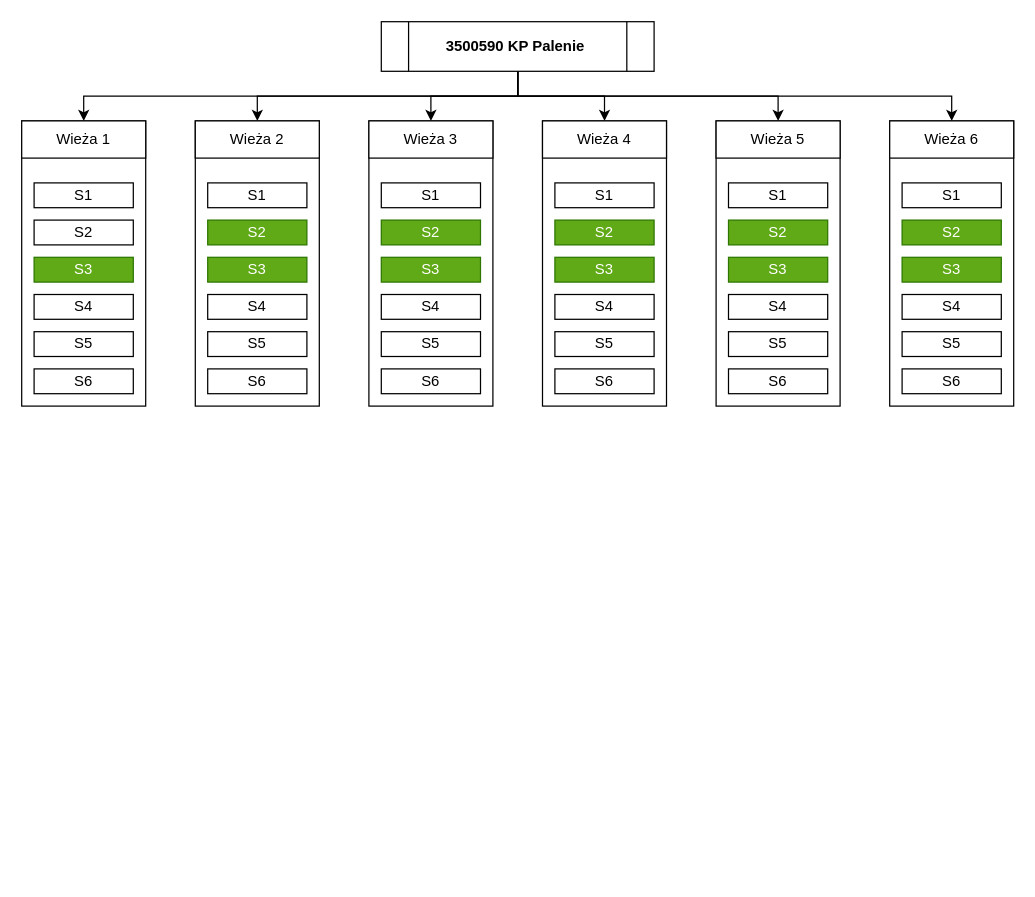
Earlier version of the draw.io diagram Diagram bez tytułu.drawio (goth1x/Baltic-Operator). Source tidied: cells renumbered, new cells numbered last; positions are measured from the earlier drawing's top-left corner, leaving out a move shared by most shapes. Both pictures are drawn from the tidied source at 124%, with x=0, y=0 at pixel (21, 21).
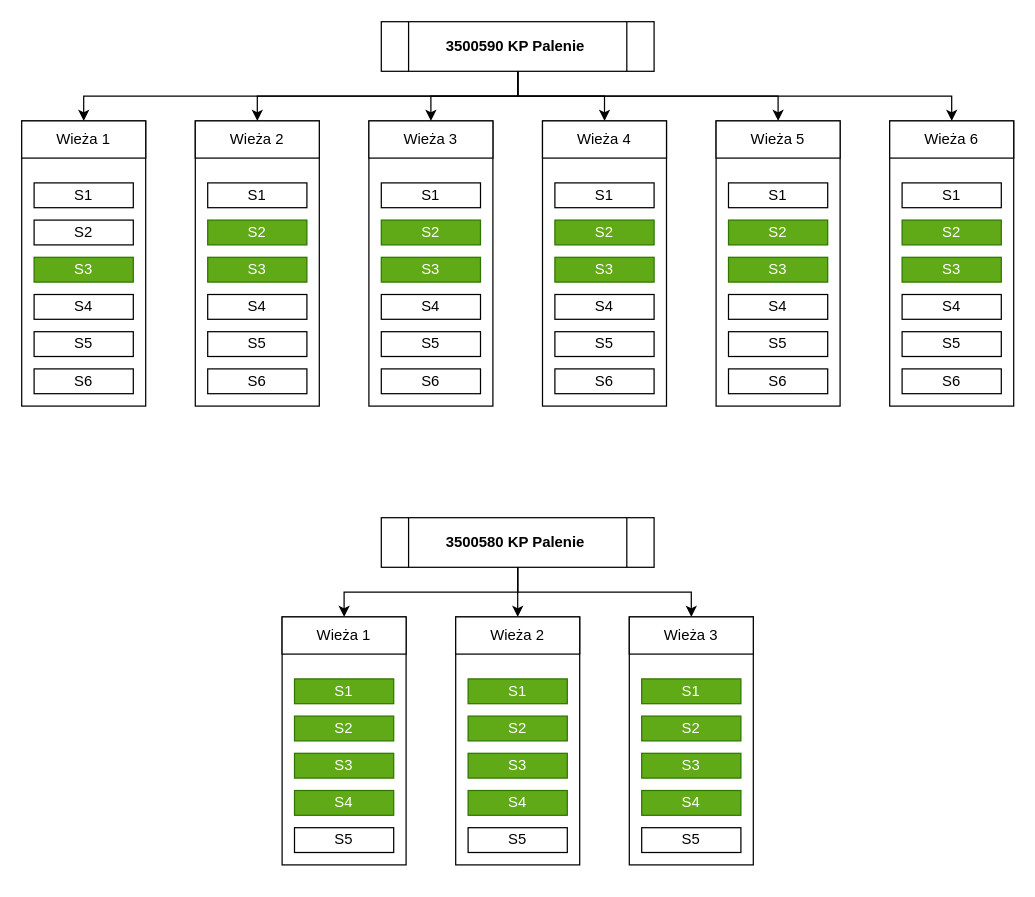
The same diagram, later.

Change to the diagram source:
```diff
@@
+    <mxCell id="57" style="rounded=0;whiteSpace=wrap;html=1;" parent="1" vertex="1">
+      <mxGeometry x="350" y="480" width="100" height="200" as="geometry" />
+    </mxCell>
+    <mxCell id="58" style="rounded=0;whiteSpace=wrap;html=1;" parent="1" vertex="1">
+      <mxGeometry x="490" y="480" width="100" height="200" as="geometry" />
+    </mxCell>
+    <mxCell id="59" style="rounded=0;whiteSpace=wrap;html=1;" parent="1" vertex="1">
+      <mxGeometry x="210" y="480" width="100" height="200" as="geometry" />
+    </mxCell>
+    <mxCell id="60" style="edgeStyle=orthogonalEdgeStyle;rounded=0;jettySize=auto;html=1;exitX=0.5;exitY=1;exitDx=0;exitDy=0;entryX=0.5;entryY=0;entryDx=0;entryDy=0;" parent="1" edge="1" source="63" target="64">
+      <mxGeometry relative="1" as="geometry" />
+    </mxCell>
+    <mxCell id="61" style="edgeStyle=orthogonalEdgeStyle;rounded=0;jettySize=auto;html=1;exitX=0.5;exitY=1;exitDx=0;exitDy=0;entryX=0.5;entryY=0;entryDx=0;entryDy=0;" parent="1" edge="1" source="63" target="70">
+      <mxGeometry relative="1" as="geometry" />
+    </mxCell>
+    <mxCell id="62" style="edgeStyle=orthogonalEdgeStyle;rounded=0;jettySize=auto;html=1;exitX=0.5;exitY=1;exitDx=0;exitDy=0;entryX=0.5;entryY=0;entryDx=0;entryDy=0;" parent="1" edge="1" source="63" target="76">
+      <mxGeometry relative="1" as="geometry" />
+    </mxCell>
+    <mxCell id="63" value="&lt;b&gt;3500580 KP Palenie&amp;nbsp;&lt;/b&gt;" style="shape=process;whiteSpace=wrap;html=1;backgroundOutline=1;gradientColor=none;gradientDirection=radial;" parent="1" vertex="1">
+      <mxGeometry x="290" y="400" width="220" height="40" as="geometry" />
+    </mxCell>
+    <mxCell id="64" value="Wieża 1" style="rounded=0;whiteSpace=wrap;html=1;" parent="1" vertex="1">
+      <mxGeometry x="210" y="480" width="100" height="30" as="geometry" />
+    </mxCell>
+    <mxCell id="65" value="S1" style="rounded=0;whiteSpace=wrap;html=1;fillColor=#60a917;fontColor=#ffffff;strokeColor=#2D7600;" parent="1" vertex="1">
+      <mxGeometry x="220" y="530" width="80" height="20" as="geometry" />
+    </mxCell>
+    <mxCell id="66" value="S2" style="rounded=0;whiteSpace=wrap;html=1;fillColor=#60a917;fontColor=#ffffff;strokeColor=#2D7600;" parent="1" vertex="1">
+      <mxGeometry x="220" y="560" width="80" height="20" as="geometry" />
+    </mxCell>
+    <mxCell id="67" value="S3" style="rounded=0;whiteSpace=wrap;html=1;fillColor=#60a917;strokeColor=#2D7600;fontColor=#ffffff;" parent="1" vertex="1">
+      <mxGeometry x="220" y="590" width="80" height="20" as="geometry" />
+    </mxCell>
+    <mxCell id="68" value="S4" style="rounded=0;whiteSpace=wrap;html=1;fillColor=#60a917;fontColor=#ffffff;strokeColor=#2D7600;" parent="1" vertex="1">
+      <mxGeometry x="220" y="620" width="80" height="20" as="geometry" />
+    </mxCell>
+    <mxCell id="69" value="S5" style="rounded=0;whiteSpace=wrap;html=1;" parent="1" vertex="1">
+      <mxGeometry x="220" y="650" width="80" height="20" as="geometry" />
+    </mxCell>
+    <mxCell id="70" value="Wieża 2" style="rounded=0;whiteSpace=wrap;html=1;" parent="1" vertex="1">
+      <mxGeometry x="350" y="480" width="100" height="30" as="geometry" />
+    </mxCell>
+    <mxCell id="71" value="S1" style="rounded=0;whiteSpace=wrap;html=1;fillColor=#60a917;fontColor=#ffffff;strokeColor=#2D7600;" parent="1" vertex="1">
+      <mxGeometry x="360" y="530" width="80" height="20" as="geometry" />
+    </mxCell>
+    <mxCell id="72" value="S2" style="rounded=0;whiteSpace=wrap;html=1;fillColor=#60a917;strokeColor=#2D7600;fontColor=#ffffff;" parent="1" vertex="1">
+      <mxGeometry x="360" y="560" width="80" height="20" as="geometry" />
+    </mxCell>
+    <mxCell id="73" value="S3" style="rounded=0;whiteSpace=wrap;html=1;fillColor=#60a917;strokeColor=#2D7600;fontColor=#ffffff;" parent="1" vertex="1">
+      <mxGeometry x="360" y="590" width="80" height="20" as="geometry" />
+    </mxCell>
+    <mxCell id="74" value="S4" style="rounded=0;whiteSpace=wrap;html=1;fillColor=#60a917;fontColor=#ffffff;strokeColor=#2D7600;" parent="1" vertex="1">
+      <mxGeometry x="360" y="620" width="80" height="20" as="geometry" />
+    </mxCell>
+    <mxCell id="75" value="S5" style="rounded=0;whiteSpace=wrap;html=1;" parent="1" vertex="1">
+      <mxGeometry x="360" y="650" width="80" height="20" as="geometry" />
+    </mxCell>
+    <mxCell id="76" value="Wieża 3" style="rounded=0;whiteSpace=wrap;html=1;" parent="1" vertex="1">
+      <mxGeometry x="490" y="480" width="100" height="30" as="geometry" />
+    </mxCell>
+    <mxCell id="77" value="S1" style="rounded=0;whiteSpace=wrap;html=1;fillColor=#60a917;fontColor=#ffffff;strokeColor=#2D7600;" parent="1" vertex="1">
+      <mxGeometry x="500" y="530" width="80" height="20" as="geometry" />
+    </mxCell>
+    <mxCell id="78" value="S2" style="rounded=0;whiteSpace=wrap;html=1;fillColor=#60a917;strokeColor=#2D7600;fontColor=#ffffff;" parent="1" vertex="1">
+      <mxGeometry x="500" y="560" width="80" height="20" as="geometry" />
+    </mxCell>
+    <mxCell id="79" value="S3" style="rounded=0;whiteSpace=wrap;html=1;fillColor=#60a917;strokeColor=#2D7600;fontColor=#ffffff;" parent="1" vertex="1">
+      <mxGeometry x="500" y="590" width="80" height="20" as="geometry" />
+    </mxCell>
+    <mxCell id="80" value="S4" style="rounded=0;whiteSpace=wrap;html=1;fillColor=#60a917;fontColor=#ffffff;strokeColor=#2D7600;" parent="1" vertex="1">
+      <mxGeometry x="500" y="620" width="80" height="20" as="geometry" />
+    </mxCell>
+    <mxCell id="81" value="S5" style="rounded=0;whiteSpace=wrap;html=1;" parent="1" vertex="1">
+      <mxGeometry x="500" y="650" width="80" height="20" as="geometry" />
+    </mxCell>
+    <mxCell id="82" style="edgeStyle=orthogonalEdgeStyle;rounded=0;orthogonalLoop=1;jettySize=auto;html=1;exitX=0.5;exitY=1;exitDx=0;exitDy=0;" parent="1" edge="1" source="58" target="58">
+      <mxGeometry relative="1" as="geometry" />
+    </mxCell>
```
